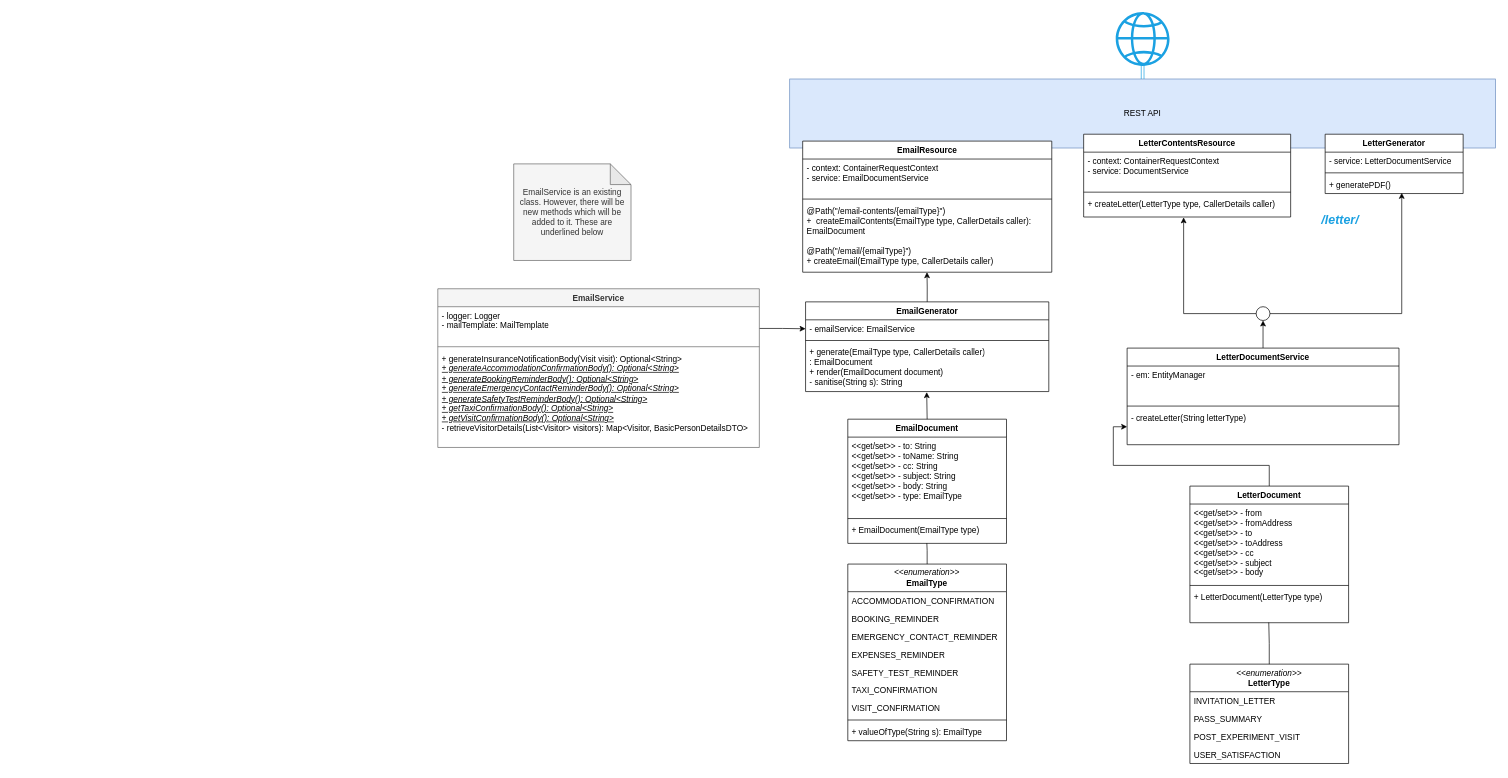
Before: Document generation class diagram.drawio in ambolt314/FinalProjectDesign, a draw.io diagram. Source tidied: cells renumbered, new cells numbered last; positions are measured from the earlier drawing's top-left corner, leaving out a move shared by most shapes. Both pictures are drawn from the tidied source at 69%, with x=0, y=0 at pixel (437, 12).
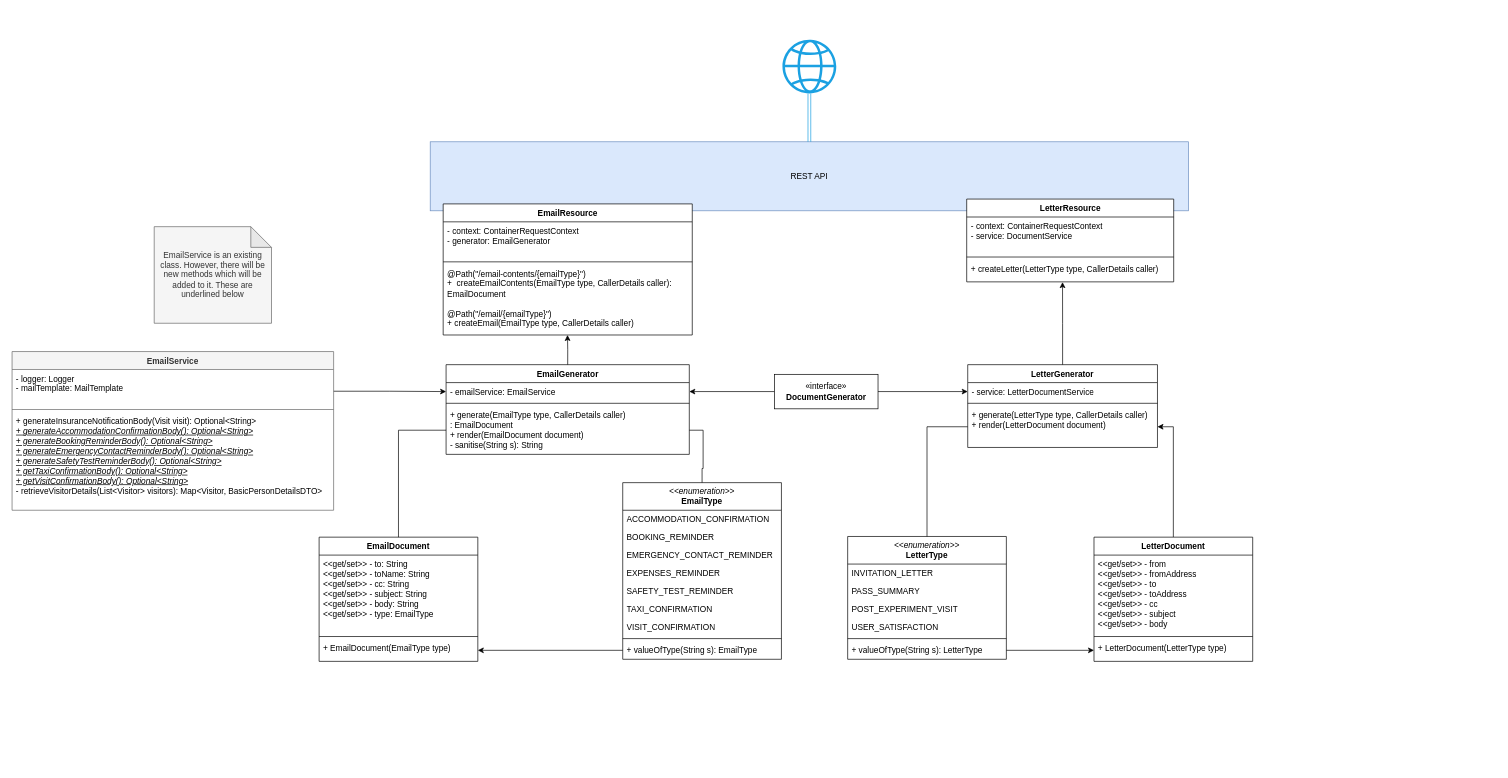
After the change.

Commit message:
Refactored design

The change refers to these unchanged cells:
```xml
<mxCell id="15" value="+ EmailDocument(EmailType type)" style="text;strokeColor=none;fillColor=none;align=left;verticalAlign=top;spacingLeft=4;spacingRight=4;overflow=hidden;points=[[0,0.5],[1,0.5]];portConstraint=eastwest;whiteSpace=wrap;html=1;" parent="12" vertex="1">
  <mxGeometry y="148" width="230" height="32" as="geometry" />
</mxCell>
<mxCell id="28" value="+ valueOfType(String s): EmailType" style="text;strokeColor=none;fillColor=none;align=left;verticalAlign=top;spacingLeft=4;spacingRight=4;overflow=hidden;points=[[0,0.5],[1,0.5]];portConstraint=eastwest;whiteSpace=wrap;html=1;" parent="19" vertex="1">
  <mxGeometry y="230" width="230" height="26" as="geometry" />
</mxCell>
<mxCell id="44" value="+ createLetter(LetterType type, CallerDetails caller)" style="text;strokeColor=none;fillColor=none;align=left;verticalAlign=top;spacingLeft=4;spacingRight=4;overflow=hidden;points=[[0,0.5],[1,0.5]];portConstraint=eastwest;whiteSpace=wrap;html=1;" parent="41" vertex="1">
  <mxGeometry y="88" width="300" height="32" as="geometry" />
</mxCell>
<mxCell id="46" value="- emailService: EmailService" style="text;strokeColor=none;fillColor=none;align=left;verticalAlign=top;spacingLeft=4;spacingRight=4;overflow=hidden;points=[[0,0.5],[1,0.5]];portConstraint=eastwest;whiteSpace=wrap;html=1;" parent="45" vertex="1">
  <mxGeometry y="26" width="352.5" height="26" as="geometry" />
</mxCell>
<mxCell id="48" value="&lt;div&gt;+ generate(EmailType type, CallerDetails caller)&lt;br&gt;&lt;/div&gt;&lt;div&gt;: EmailDocument&lt;/div&gt;&lt;div&gt;+ render(EmailDocument document)&lt;/div&gt;&lt;div&gt;- sanitise(String s): String&lt;br&gt;&lt;/div&gt;" style="text;strokeColor=none;fillColor=none;align=left;verticalAlign=top;spacingLeft=4;spacingRight=4;overflow=hidden;points=[[0,0.5],[1,0.5]];portConstraint=eastwest;whiteSpace=wrap;html=1;" parent="45" vertex="1">
  <mxGeometry y="60" width="352.5" height="70" as="geometry" />
</mxCell>
```

What changed in the source:
```diff
@@
     <mxCell id="2" value="REST API" style="html=1;whiteSpace=wrap;fillColor=#dae8fc;strokeColor=#6c8ebf;" parent="1" vertex="1">
-      <mxGeometry x="510" y="97" width="1023" height="100" as="geometry" />
+      <mxGeometry x="-11" y="188" width="1099" height="100" as="geometry" />
     </mxCell>
     <mxCell id="3" value="EmailResource" style="swimlane;fontStyle=1;align=center;verticalAlign=top;horizontal=1;startSize=26;whiteSpace=wrap;html=1;" parent="1" vertex="1">
-      <mxGeometry x="528.8" y="187" width="361" height="190" as="geometry" />
+      <mxGeometry x="7.8" y="278" width="361" height="190" as="geometry" />
     </mxCell>
-    <mxCell id="4" value="&lt;div&gt;- context: ContainerRequestContext&lt;/div&gt;&lt;div&gt;- service: EmailDocumentService&lt;br&gt;&lt;/div&gt;" style="text;align=left;verticalAlign=top;spacingLeft=4;spacingRight=4;overflow=hidden;whiteSpace=wrap;html=1;" parent="3" vertex="1">
+    <mxCell id="4" value="&lt;div&gt;- context: ContainerRequestContext&lt;/div&gt;&lt;div&gt;- generator: EmailGenerator&lt;br&gt;&lt;/div&gt;" style="text;align=left;verticalAlign=top;spacingLeft=4;spacingRight=4;overflow=hidden;whiteSpace=wrap;html=1;" parent="3" vertex="1">
       <mxGeometry y="26" width="361" height="54" as="geometry" />
     </mxCell>
@@
-    <mxCell id="7" style="edgeStyle=orthogonalEdgeStyle;rounded=0;jettySize=auto;html=1;entryX=0.5;entryY=1;entryDx=0;entryDy=0;" parent="1" edge="1" source="8" target="54">
-      <mxGeometry relative="1" as="geometry" />
-    </mxCell>
-    <mxCell id="8" value="LetterDocumentService" style="swimlane;fontStyle=1;align=center;verticalAlign=top;horizontal=1;startSize=26;whiteSpace=wrap;html=1;" parent="1" vertex="1">
-      <mxGeometry x="999" y="487" width="394" height="140" as="geometry" />
-    </mxCell>
-    <mxCell id="9" value="&lt;div&gt;- em: EntityManager&lt;/div&gt;" style="text;strokeColor=none;fillColor=none;align=left;verticalAlign=top;spacingLeft=4;spacingRight=4;overflow=hidden;whiteSpace=wrap;html=1;" parent="8" vertex="1">
-      <mxGeometry y="26" width="394" height="54" as="geometry" />
-    </mxCell>
-    <mxCell id="10" style="line;strokeWidth=1;fillColor=none;align=left;verticalAlign=middle;spacingTop=-1;spacingLeft=3;spacingRight=3;labelPosition=right;strokeColor=inherit;" parent="8" vertex="1">
-      <mxGeometry y="80" width="394" height="8" as="geometry" />
-    </mxCell>
-    <mxCell id="11" value="&lt;div&gt;- createLetter(String letterType)&lt;/div&gt;" style="text;strokeColor=none;fillColor=none;align=left;verticalAlign=top;spacingLeft=4;spacingRight=4;overflow=hidden;points=[[0,0.5],[1,0.5]];portConstraint=eastwest;whiteSpace=wrap;html=1;" parent="8" vertex="1">
-      <mxGeometry y="88" width="394" height="52" as="geometry" />
-    </mxCell>
     <mxCell id="12" value="EmailDocument" style="swimlane;fontStyle=1;align=center;verticalAlign=top;horizontal=1;startSize=26;whiteSpace=wrap;html=1;" parent="1" vertex="1">
-      <mxGeometry x="594.2" y="590" width="230" height="180" as="geometry" />
+      <mxGeometry x="-172" y="761" width="230" height="180" as="geometry" />
     </mxCell>
@@
-    <mxCell id="16" style="edgeStyle=orthogonalEdgeStyle;rounded=0;jettySize=auto;html=1;entryX=0.498;entryY=1.011;entryDx=0;entryDy=0;exitX=0.5;exitY=0;exitDx=0;exitDy=0;entryPerimeter=0;" parent="1" edge="1" source="12" target="48">
+    <mxCell id="16" style="edgeStyle=orthogonalEdgeStyle;rounded=0;jettySize=auto;html=1;entryX=0;entryY=0.5;entryDx=0;entryDy=0;exitX=0.5;exitY=0;exitDx=0;exitDy=0;startArrow=none;startFill=0;endArrow=none;endFill=0;" parent="1" edge="1" source="12" target="48">
       <mxGeometry relative="1" as="geometry" />
     </mxCell>
@@
     <mxCell id="18" style="sketch=0;outlineConnect=0;fillColor=#1BA1E2;strokeColor=#006EAF;dashed=0;verticalLabelPosition=bottom;verticalAlign=top;align=center;html=1;fontSize=12;fontStyle=0;shape=mxgraph.aws4.globe;fontColor=#ffffff;" parent="1" vertex="1">
-      <mxGeometry x="982.5" width="78" height="78" as="geometry" />
+      <mxGeometry x="499.5" y="40" width="78" height="78" as="geometry" />
     </mxCell>
+    <mxCell id="64" style="edgeStyle=orthogonalEdgeStyle;rounded=0;jettySize=auto;html=1;endArrow=none;endFill=0;" parent="1" edge="1" source="19" target="48">
+      <mxGeometry relative="1" as="geometry" />
+    </mxCell>
     <mxCell id="19" value="&lt;div&gt;&lt;i&gt;&amp;lt;&amp;lt;enumeration&amp;gt;&amp;gt;&lt;/i&gt;&lt;/div&gt;&lt;div&gt;&lt;b&gt;EmailType&lt;/b&gt;&lt;br&gt;&lt;/div&gt;" style="swimlane;fontStyle=0;horizontal=1;startSize=40;fillColor=none;whiteSpace=wrap;html=1;" parent="1" vertex="1">
-      <mxGeometry x="594.2" y="800" width="230" height="256" as="geometry" />
+      <mxGeometry x="268" y="682" width="230" height="256" as="geometry" />
     </mxCell>
@@
+    <mxCell id="65" style="edgeStyle=orthogonalEdgeStyle;rounded=0;jettySize=auto;html=1;entryX=0;entryY=0.5;entryDx=0;entryDy=0;endArrow=none;endFill=0;" parent="1" edge="1" source="29" target="52">
+      <mxGeometry relative="1" as="geometry" />
+    </mxCell>
     <mxCell id="29" value="&lt;div&gt;&lt;i&gt;&amp;lt;&amp;lt;enumeration&amp;gt;&amp;gt;&lt;/i&gt;&lt;/div&gt;&lt;div&gt;&lt;b&gt;LetterType&lt;/b&gt;&lt;br&gt;&lt;/div&gt;" style="swimlane;fontStyle=0;horizontal=1;startSize=40;fillColor=none;whiteSpace=wrap;html=1;" parent="1" vertex="1">
-      <mxGeometry x="1090" y="945" width="230" height="144" as="geometry" />
+      <mxGeometry x="594" y="760" width="230" height="178" as="geometry" />
     </mxCell>
@@
-    <mxCell id="34" style="edgeStyle=orthogonalEdgeStyle;rounded=0;jettySize=auto;html=1;entryX=0.498;entryY=0.992;entryDx=0;entryDy=0;entryPerimeter=0;endArrow=none;endFill=0;" parent="1" edge="1" source="19" target="15">
-      <mxGeometry relative="1" as="geometry" />
-    </mxCell>
+    <mxCell id="66" style="line;strokeWidth=1;fillColor=none;align=left;verticalAlign=middle;spacingTop=-1;spacingLeft=3;spacingRight=3;labelPosition=right;strokeColor=inherit;" parent="29" vertex="1">
+      <mxGeometry y="144" width="230" height="8" as="geometry" />
+    </mxCell>
+    <mxCell id="67" value="+ valueOfType(String s): LetterType" style="text;strokeColor=none;fillColor=none;align=left;verticalAlign=top;spacingLeft=4;spacingRight=4;overflow=hidden;points=[[0,0.5],[1,0.5]];portConstraint=eastwest;whiteSpace=wrap;html=1;" parent="29" vertex="1">
+      <mxGeometry y="152" width="230" height="26" as="geometry" />
+    </mxCell>
-    <mxCell id="35" style="edgeStyle=orthogonalEdgeStyle;rounded=0;jettySize=auto;html=1;exitX=0.5;exitY=0;exitDx=0;exitDy=0;entryX=0;entryY=0.5;entryDx=0;entryDy=0;" parent="1" edge="1" source="36" target="11">
+    <mxCell id="35" style="edgeStyle=orthogonalEdgeStyle;rounded=0;jettySize=auto;html=1;exitX=0.5;exitY=0;exitDx=0;exitDy=0;" parent="1" edge="1" source="36" target="52">
       <mxGeometry relative="1" as="geometry" />
     </mxCell>
     <mxCell id="36" value="LetterDocument" style="swimlane;fontStyle=1;align=center;verticalAlign=top;horizontal=1;startSize=26;whiteSpace=wrap;html=1;" parent="1" vertex="1">
-      <mxGeometry x="1090" y="687" width="230" height="198" as="geometry" />
+      <mxGeometry x="951" y="761" width="230" height="180" as="geometry" />
     </mxCell>
@@
     <mxCell id="39" value="+ LetterDocument(LetterType type)" style="text;strokeColor=none;fillColor=none;align=left;verticalAlign=top;spacingLeft=4;spacingRight=4;overflow=hidden;points=[[0,0.5],[1,0.5]];portConstraint=eastwest;whiteSpace=wrap;html=1;" parent="36" vertex="1">
-      <mxGeometry y="148" width="230" height="50" as="geometry" />
+      <mxGeometry y="148" width="230" height="32" as="geometry" />
     </mxCell>
-    <mxCell id="40" style="edgeStyle=orthogonalEdgeStyle;rounded=0;jettySize=auto;html=1;entryX=0.497;entryY=0.994;entryDx=0;entryDy=0;entryPerimeter=0;endArrow=none;endFill=0;" parent="1" edge="1" source="29" target="39">
+    <mxCell id="40" style="edgeStyle=orthogonalEdgeStyle;rounded=0;jettySize=auto;html=1;entryX=0;entryY=0.5;entryDx=0;entryDy=0;endArrow=classic;endFill=1;exitX=1;exitY=0.5;exitDx=0;exitDy=0;" parent="1" edge="1" source="67" target="39">
       <mxGeometry relative="1" as="geometry" />
     </mxCell>
-    <mxCell id="41" value="LetterContentsResource" style="swimlane;fontStyle=1;align=center;verticalAlign=top;horizontal=1;startSize=26;whiteSpace=wrap;html=1;" parent="1" vertex="1">
-      <mxGeometry x="936" y="177" width="300" height="120" as="geometry" />
+    <mxCell id="41" value="LetterResource" style="swimlane;fontStyle=1;align=center;verticalAlign=top;horizontal=1;startSize=26;whiteSpace=wrap;html=1;" parent="1" vertex="1">
+      <mxGeometry x="766.5" y="271" width="300" height="120" as="geometry" />
     </mxCell>
@@
     <mxCell id="45" value="EmailGenerator" style="swimlane;fontStyle=1;align=center;verticalAlign=top;horizontal=1;startSize=26;whiteSpace=wrap;html=1;" parent="1" vertex="1">
-      <mxGeometry x="533" y="420" width="352.5" height="130" as="geometry" />
+      <mxGeometry x="12" y="511" width="352.5" height="130" as="geometry" />
     </mxCell>
@@
     <mxCell id="49" value="LetterGenerator" style="swimlane;fontStyle=1;align=center;verticalAlign=top;horizontal=1;startSize=26;whiteSpace=wrap;html=1;" parent="1" vertex="1">
-      <mxGeometry x="1286" y="177" width="200" height="86" as="geometry" />
+      <mxGeometry x="768" y="511" width="275" height="120" as="geometry" />
     </mxCell>
     <mxCell id="50" value="- service: LetterDocumentService" style="text;strokeColor=none;fillColor=none;align=left;verticalAlign=top;spacingLeft=4;spacingRight=4;overflow=hidden;points=[[0,0.5],[1,0.5]];portConstraint=eastwest;whiteSpace=wrap;html=1;" parent="49" vertex="1">
-      <mxGeometry y="26" width="200" height="26" as="geometry" />
+      <mxGeometry y="26" width="275" height="26" as="geometry" />
     </mxCell>
     <mxCell id="51" style="line;strokeWidth=1;fillColor=none;align=left;verticalAlign=middle;spacingTop=-1;spacingLeft=3;spacingRight=3;labelPosition=right;strokeColor=inherit;" parent="49" vertex="1">
-      <mxGeometry y="52" width="200" height="8" as="geometry" />
+      <mxGeometry y="52" width="275" height="8" as="geometry" />
     </mxCell>
-    <mxCell id="52" value="+ generatePDF()" style="text;strokeColor=none;fillColor=none;align=left;verticalAlign=top;spacingLeft=4;spacingRight=4;overflow=hidden;points=[[0,0.5],[1,0.5]];portConstraint=eastwest;whiteSpace=wrap;html=1;" parent="49" vertex="1">
-      <mxGeometry y="60" width="200" height="26" as="geometry" />
+    <mxCell id="52" value="&lt;div&gt;+ generate(LetterType type, CallerDetails caller)&lt;/div&gt;&lt;div&gt;+ render(LetterDocument document)&lt;br&gt;&lt;/div&gt;" style="text;strokeColor=none;fillColor=none;align=left;verticalAlign=top;spacingLeft=4;spacingRight=4;overflow=hidden;points=[[0,0.5],[1,0.5]];portConstraint=eastwest;whiteSpace=wrap;html=1;" parent="49" vertex="1">
+      <mxGeometry y="60" width="275" height="60" as="geometry" />
     </mxCell>
@@
-    <mxCell id="54" style="ellipse;whiteSpace=wrap;html=1;strokeColor=#000000;" parent="1" vertex="1">
-      <mxGeometry x="1186" y="427" width="20" height="20" as="geometry" />
-    </mxCell>
-    <mxCell id="55" style="edgeStyle=orthogonalEdgeStyle;rounded=0;jettySize=auto;html=1;entryX=0.483;entryY=1.016;entryDx=0;entryDy=0;entryPerimeter=0;exitX=0;exitY=0.5;exitDx=0;exitDy=0;" parent="1" edge="1" source="54" target="44">
-      <mxGeometry relative="1" as="geometry" />
-    </mxCell>
-    <mxCell id="56" style="edgeStyle=orthogonalEdgeStyle;rounded=0;jettySize=auto;html=1;entryX=0.555;entryY=0.962;entryDx=0;entryDy=0;entryPerimeter=0;exitX=1;exitY=0.5;exitDx=0;exitDy=0;" parent="1" edge="1" source="54" target="52">
-      <mxGeometry relative="1" as="geometry" />
-    </mxCell>
-    <mxCell id="57" value="&lt;div align=&quot;center&quot;&gt;&lt;font color=&quot;#1ba1e2&quot;&gt;&lt;i&gt;&lt;font style=&quot;font-size: 18px;&quot;&gt;&lt;b&gt;/letter/&lt;/b&gt;&lt;/font&gt;&lt;/i&gt;&lt;/font&gt;&lt;/div&gt;" style="text;html=1;align=center;verticalAlign=middle;whiteSpace=wrap;rounded=0;" parent="1" vertex="1">
-      <mxGeometry x="1233" y="287" width="150" height="30" as="geometry" />
-    </mxCell>
@@
     <mxCell id="59" value="EmailService" style="swimlane;fontStyle=1;align=center;verticalAlign=top;horizontal=1;startSize=26;whiteSpace=wrap;html=1;fillColor=#f5f5f5;fontColor=#333333;strokeColor=#666666;" parent="1" vertex="1">
-      <mxGeometry y="401" width="466" height="230" as="geometry" />
+      <mxGeometry x="-617" y="492" width="466" height="230" as="geometry" />
     </mxCell>
@@
     <mxCell id="63" value="EmailService is an existing class. However, there will be new methods which will be added to it. These are underlined below" style="shape=note;whiteSpace=wrap;html=1;backgroundOutline=1;darkOpacity=0.05;fillColor=#f5f5f5;fontColor=#333333;strokeColor=#666666;" parent="1" vertex="1">
-      <mxGeometry x="110" y="220" width="170" height="140" as="geometry" />
+      <mxGeometry x="-411" y="311" width="170" height="140" as="geometry" />
     </mxCell>
+    <mxCell id="68" style="edgeStyle=orthogonalEdgeStyle;rounded=0;jettySize=auto;html=1;entryX=1;entryY=0.5;entryDx=0;entryDy=0;" parent="1" edge="1" source="70" target="46">
+      <mxGeometry relative="1" as="geometry" />
+    </mxCell>
+    <mxCell id="69" style="edgeStyle=orthogonalEdgeStyle;rounded=0;jettySize=auto;html=1;entryX=0;entryY=0.5;entryDx=0;entryDy=0;exitX=1;exitY=0.5;exitDx=0;exitDy=0;" parent="1" edge="1" source="70" target="50">
+      <mxGeometry relative="1" as="geometry" />
+    </mxCell>
+    <mxCell id="70" value="«interface»&lt;br&gt;&lt;b&gt;DocumentGenerator&lt;/b&gt;" style="html=1;whiteSpace=wrap;" parent="1" vertex="1">
+      <mxGeometry x="488" y="525" width="150" height="50" as="geometry" />
+    </mxCell>
+    <mxCell id="71" style="edgeStyle=orthogonalEdgeStyle;rounded=0;jettySize=auto;html=1;entryX=0.463;entryY=1.012;entryDx=0;entryDy=0;entryPerimeter=0;" parent="1" edge="1" source="49" target="44">
+      <mxGeometry relative="1" as="geometry" />
+    </mxCell>
+    <mxCell id="72" style="edgeStyle=orthogonalEdgeStyle;rounded=0;jettySize=auto;html=1;startArrow=classic;startFill=1;endArrow=none;endFill=0;" parent="1" edge="1" source="15" target="28">
+      <mxGeometry relative="1" as="geometry" />
+    </mxCell>
```
